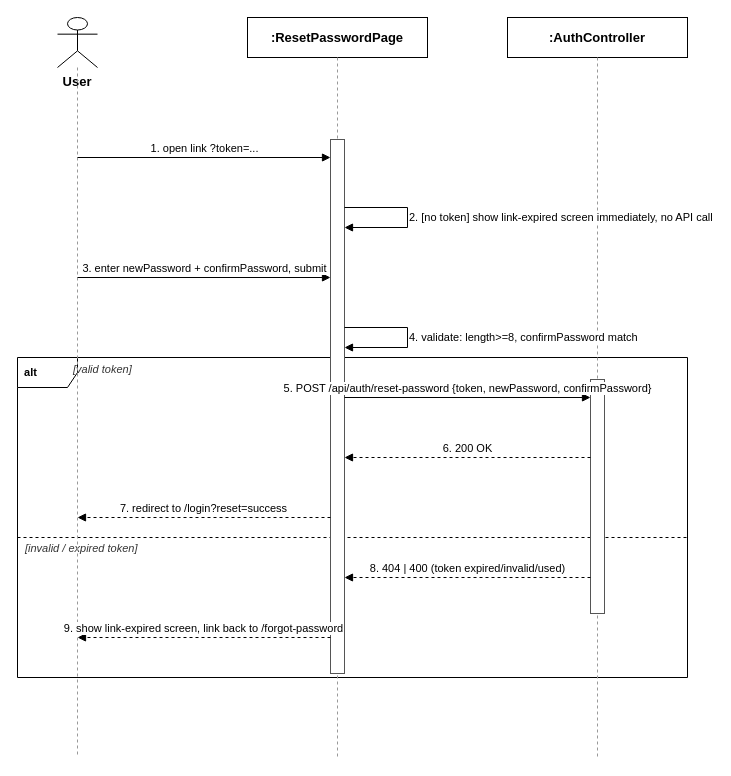
Before: docs/qa/SequenceDiagram/3.1.6_Reset_Password.drawio in tulklk/AI_Interview_Question_Generation_RAG_LLM_FE, a draw.io diagram. Source tidied: cells renumbered, new cells numbered last; positions are measured from the earlier drawing's top-left corner, leaving out a move shared by most shapes. Both pictures are drawn from the tidied source at 100%, with x=0, y=0 at pixel (17, 17).
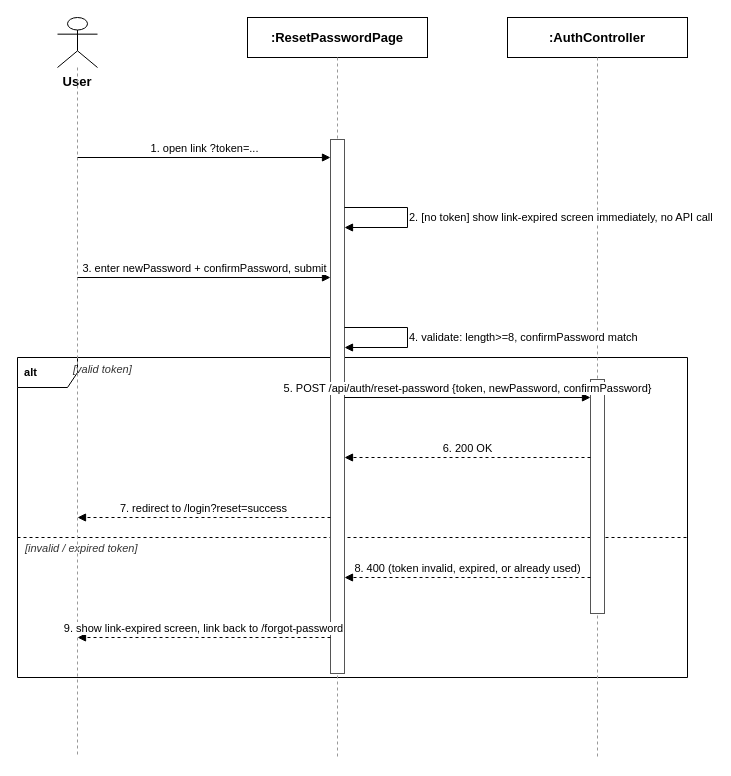
After the change.

The edit, as a diff of the source:
```diff
@@
-    <mxCell id="21" value="8. 404 | 400 (token expired/invalid/used)" style="endArrow=block;endFill=1;html=1;dashed=1;fontSize=11;align=center;verticalAlign=bottom;labelBackgroundColor=#ffffff;strokeColor=#000000;" parent="1" edge="1">
+    <mxCell id="21" value="8. 400 (token invalid, expired, or already used)" style="endArrow=block;endFill=1;html=1;dashed=1;fontSize=11;align=center;verticalAlign=bottom;labelBackgroundColor=#ffffff;strokeColor=#000000;" parent="1" edge="1">
       <mxGeometry relative="1" as="geometry">
         <mxPoint x="573" y="560" as="sourcePoint" />
         <mxPoint x="327" y="560" as="targetPoint" />
       </mxGeometry>
     </mxCell>
```
